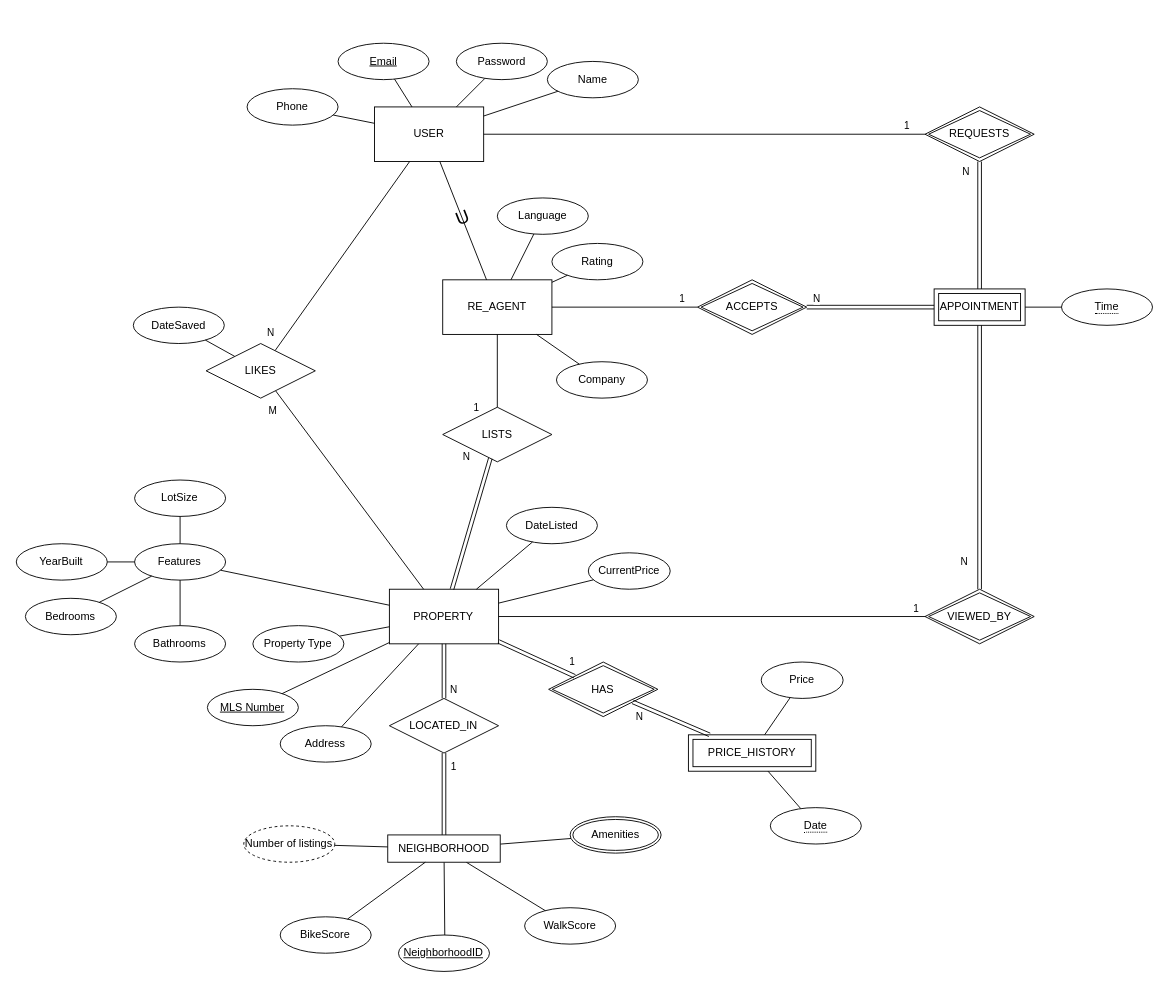
This is page "EER V2" (2 of 4) of Proposal/608-project-diagrams.drawio from WillKNguyen/608-607Project, a draw.io file, before an edit. Source tidied: cells renumbered, new cells numbered last; positions are measured from the earlier drawing's top-left corner, leaving out a move shared by most shapes. Both pictures are drawn from the tidied source at 91%, with x=0, y=0 at pixel (15, 43).
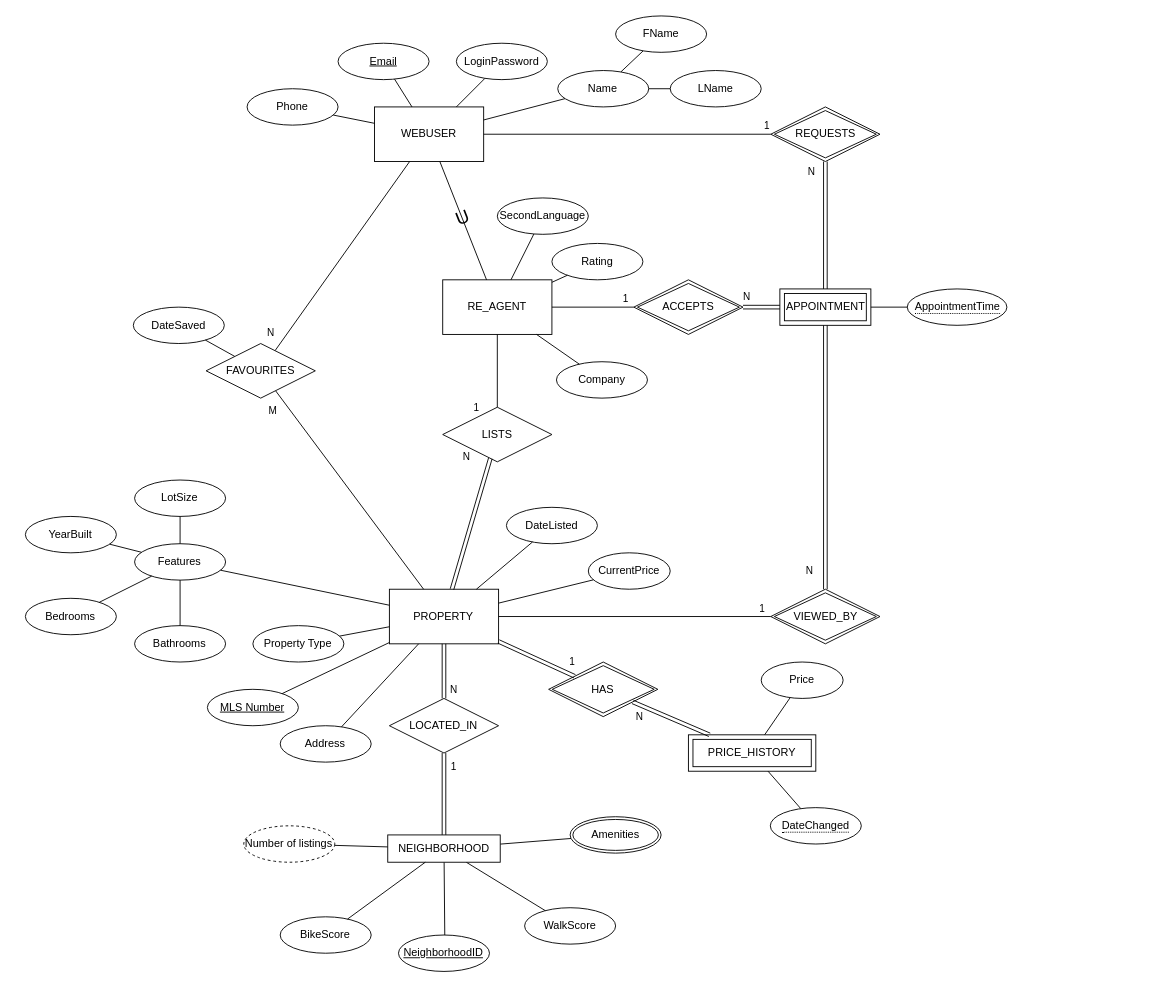
Above is the later version.

The change refers to these unchanged cells:
```xml
<mxCell id="87" style="endArrow=none;html=1;rounded=0;" parent="1" edge="1" source="4" target="86">
  <mxGeometry relative="1" as="geometry" />
</mxCell>
<mxCell id="93" style="endArrow=none;html=1;rounded=0;shape=link;" parent="1" edge="1" source="81" target="82">
  <mxGeometry relative="1" as="geometry" />
</mxCell>
<mxCell id="95" style="endArrow=none;html=1;rounded=0;shape=link;" parent="1" edge="1" source="81" target="86">
  <mxGeometry relative="1" as="geometry" />
</mxCell>
```

The edit, as a diff of the source:
```diff
@@
-    <mxCell id="2" value="USER" style="rounded=0;whiteSpace=wrap;html=1;" parent="1" vertex="1">
+    <mxCell id="2" value="WEBUSER" style="rounded=0;whiteSpace=wrap;html=1;" parent="1" vertex="1">
       <mxGeometry x="394" y="70" width="120" height="60" as="geometry" />
     </mxCell>
@@
-    <mxCell id="23" value="Password" style="ellipse;whiteSpace=wrap;html=1;align=center;" parent="1" vertex="1">
+    <mxCell id="23" value="LoginPassword" style="ellipse;whiteSpace=wrap;html=1;align=center;" parent="1" vertex="1">
       <mxGeometry x="484" width="100" height="40" as="geometry" />
     </mxCell>
     <mxCell id="24" value="Name" style="ellipse;whiteSpace=wrap;html=1;align=center;" parent="1" vertex="1">
-      <mxGeometry x="584" y="20" width="100" height="40" as="geometry" />
+      <mxGeometry x="595.4" y="30" width="100" height="40" as="geometry" />
     </mxCell>
@@
-    <mxCell id="39" value="Language" style="ellipse;whiteSpace=wrap;html=1;align=center;" parent="1" vertex="1">
+    <mxCell id="39" value="SecondLanguage" style="ellipse;whiteSpace=wrap;html=1;align=center;" parent="1" vertex="1">
       <mxGeometry x="529" y="170" width="100" height="40" as="geometry" />
     </mxCell>
@@
     <mxCell id="52" value="YearBuilt" style="ellipse;whiteSpace=wrap;html=1;align=center;" parent="1" vertex="1">
-      <mxGeometry x="0.4" y="550" width="100" height="40" as="geometry" />
+      <mxGeometry x="10.4" y="520" width="100" height="40" as="geometry" />
     </mxCell>
@@
-    <mxCell id="63" value="&lt;span style=&quot;border-bottom: 1px dotted&quot;&gt;Date&lt;/span&gt;" style="ellipse;whiteSpace=wrap;html=1;align=center;" parent="1" vertex="1">
+    <mxCell id="63" value="&lt;span style=&quot;border-bottom: 1px dotted&quot;&gt;DateChanged&lt;/span&gt;" style="ellipse;whiteSpace=wrap;html=1;align=center;" parent="1" vertex="1">
       <mxGeometry x="829" y="840" width="100" height="40" as="geometry" />
     </mxCell>
@@
-    <mxCell id="76" value="LIKES" style="shape=rhombus;perimeter=rhombusPerimeter;whiteSpace=wrap;html=1;align=center;" parent="1" vertex="1">
+    <mxCell id="76" value="FAVOURITES" style="shape=rhombus;perimeter=rhombusPerimeter;whiteSpace=wrap;html=1;align=center;" parent="1" vertex="1">
       <mxGeometry x="209" y="330" width="120" height="60" as="geometry" />
     </mxCell>
@@
     <mxCell id="81" value="APPOINTMENT" style="shape=ext;margin=3;double=1;whiteSpace=wrap;html=1;align=center;" parent="1" vertex="1">
-      <mxGeometry x="1009" y="270" width="100" height="40" as="geometry" />
+      <mxGeometry x="839.5" y="270" width="100" height="40" as="geometry" />
     </mxCell>
     <mxCell id="82" value="ACCEPTS" style="shape=rhombus;double=1;perimeter=rhombusPerimeter;whiteSpace=wrap;html=1;align=center;" parent="1" vertex="1">
-      <mxGeometry x="749" y="260" width="120" height="60" as="geometry" />
+      <mxGeometry x="679" y="260" width="120" height="60" as="geometry" />
     </mxCell>
     <mxCell id="83" value="REQUESTS" style="shape=rhombus;double=1;perimeter=rhombusPerimeter;whiteSpace=wrap;html=1;align=center;" parent="1" vertex="1">
-      <mxGeometry x="999" y="70" width="120" height="60" as="geometry" />
+      <mxGeometry x="829.5" y="70" width="120" height="60" as="geometry" />
     </mxCell>
-    <mxCell id="84" value="&lt;span style=&quot;border-bottom: 1px dotted&quot;&gt;Time&lt;/span&gt;" style="ellipse;whiteSpace=wrap;html=1;align=center;" parent="1" vertex="1">
-      <mxGeometry x="1149" y="270" width="100" height="40" as="geometry" />
+    <mxCell id="84" value="&lt;span style=&quot;border-bottom: 1px dotted&quot;&gt;AppointmentTime&lt;/span&gt;" style="ellipse;whiteSpace=wrap;html=1;align=center;" parent="1" vertex="1">
+      <mxGeometry x="979.5" y="270" width="109.5" height="40" as="geometry" />
     </mxCell>
@@
     <mxCell id="86" value="VIEWED_BY" style="shape=rhombus;double=1;perimeter=rhombusPerimeter;whiteSpace=wrap;html=1;align=center;" parent="1" vertex="1">
-      <mxGeometry x="999" y="600" width="120" height="60" as="geometry" />
+      <mxGeometry x="829.5" y="600" width="120" height="60" as="geometry" />
     </mxCell>
@@
     <mxCell id="88" value="1" style="edgeLabel;html=1;align=center;verticalAlign=middle;" parent="87" vertex="1">
       <mxGeometry x="0.73" relative="1" as="geometry">
-        <mxPoint x="53" y="-10" as="offset" />
+        <mxPoint x="30" y="-10" as="offset" />
       </mxGeometry>
     </mxCell>
@@
     <mxCell id="94" value="N" style="edgeLabel;html=1;align=center;verticalAlign=middle;" parent="93" vertex="1">
       <mxGeometry x="0.51" y="-1" relative="1" as="geometry">
-        <mxPoint x="-24" y="-9" as="offset" />
+        <mxPoint x="-6" y="-11" as="offset" />
       </mxGeometry>
     </mxCell>
@@
     <mxCell id="96" value="N" style="edgeLabel;html=1;align=center;verticalAlign=middle;" parent="95" vertex="1">
       <mxGeometry x="0.51" y="-1" relative="1" as="geometry">
-        <mxPoint x="-17" y="40" as="offset" />
+        <mxPoint x="-17" y="50" as="offset" />
       </mxGeometry>
     </mxCell>
+    <mxCell id="97" value="FName" style="ellipse;whiteSpace=wrap;html=1;align=center;" parent="1" vertex="1">
+      <mxGeometry x="659" y="-30" width="100" height="40" as="geometry" />
+    </mxCell>
+    <mxCell id="98" value="LName" style="ellipse;whiteSpace=wrap;html=1;align=center;" parent="1" vertex="1">
+      <mxGeometry x="719" y="30" width="100" height="40" as="geometry" />
+    </mxCell>
+    <mxCell id="99" style="endArrow=none;html=1;rounded=0;" parent="1" edge="1" source="97" target="24">
+      <mxGeometry relative="1" as="geometry" />
+    </mxCell>
+    <mxCell id="100" style="endArrow=none;html=1;rounded=0;" parent="1" edge="1" source="98" target="24">
+      <mxGeometry relative="1" as="geometry" />
+    </mxCell>
```
